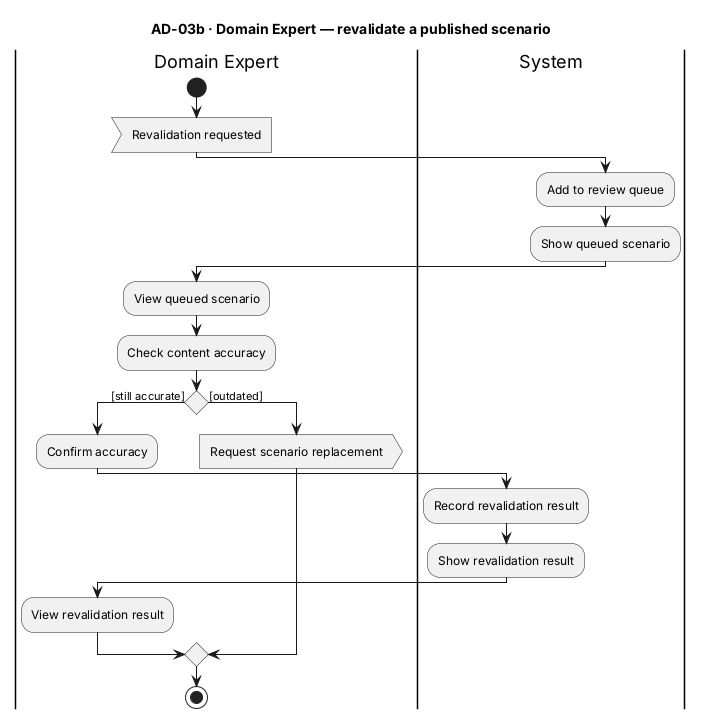
Above: reports/master/figures/AD-03b_DomainExpert_RevalidateScenario.png in The-Golden-Trio/Capstone-Project (PlantUML), before the change.
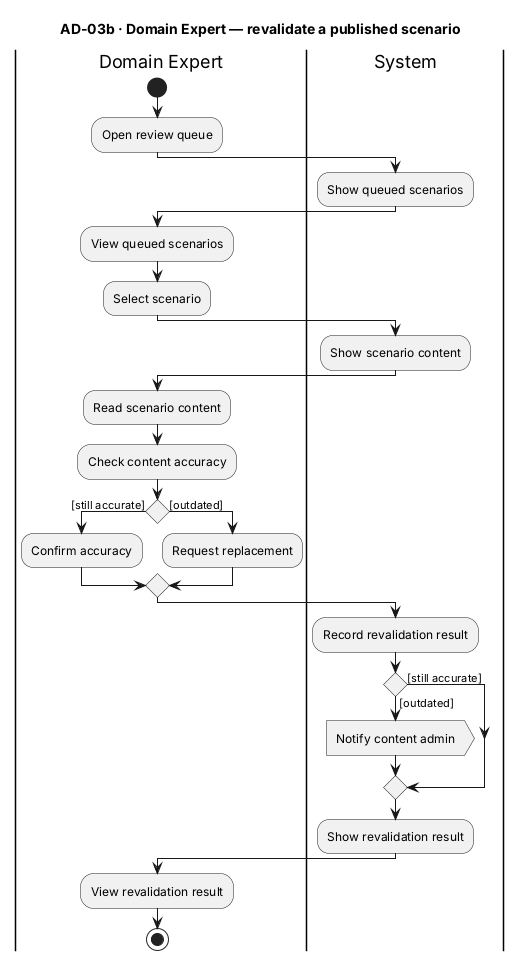
The same diagram one commit later.

What changed in the source:
```diff
@@ -6,22 +6,30 @@
 
 |Domain Expert|
 start
-:Revalidation requested; <<acceptEvent>>
+:Open review queue;
 |System|
-:Add to review queue;
-:Show queued scenario;
+:Show queued scenarios;
 |Domain Expert|
-:View queued scenario;
+:View queued scenarios;
+:Select scenario;
+|System|
+:Show scenario content;
+|Domain Expert|
+:Read scenario content;
 :Check content accuracy;
 if () then ([still accurate])
   :Confirm accuracy;
-  |System|
-  :Record revalidation result;
-  :Show revalidation result;
-  |Domain Expert|
-  :View revalidation result;
 else ([outdated])
-  :Request scenario replacement; <<sendSignal>>
+  :Request replacement;
 endif
+|System|
+:Record revalidation result;
+if () then ([outdated])
+  :Notify content admin; <<sendSignal>>
+else ([still accurate])
+endif
+:Show revalidation result;
+|Domain Expert|
+:View revalidation result;
 stop
 @enduml
```
